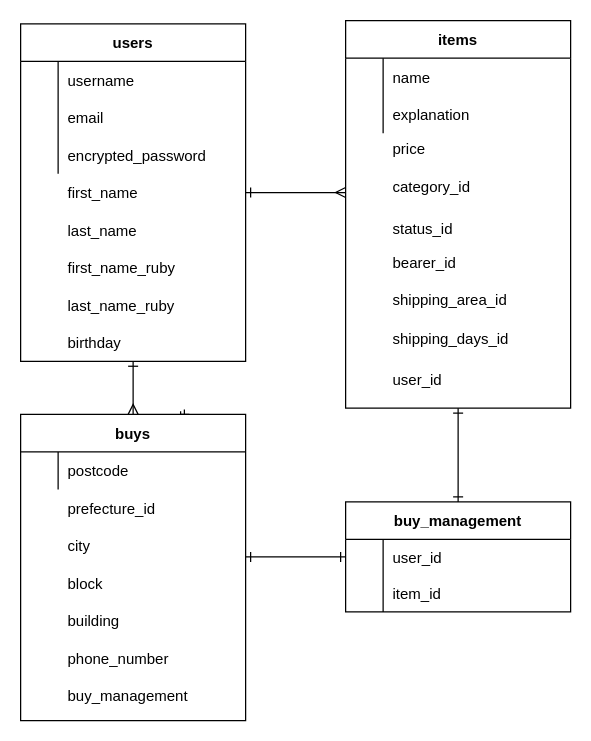
Before: test.dio in junmico/furima-28139, a draw.io diagram. Source tidied: cells renumbered, new cells numbered last; positions are measured from the earlier drawing's top-left corner, leaving out a move shared by most shapes. Both pictures are drawn from the tidied source at 125%, with x=0, y=0 at pixel (20, 20).
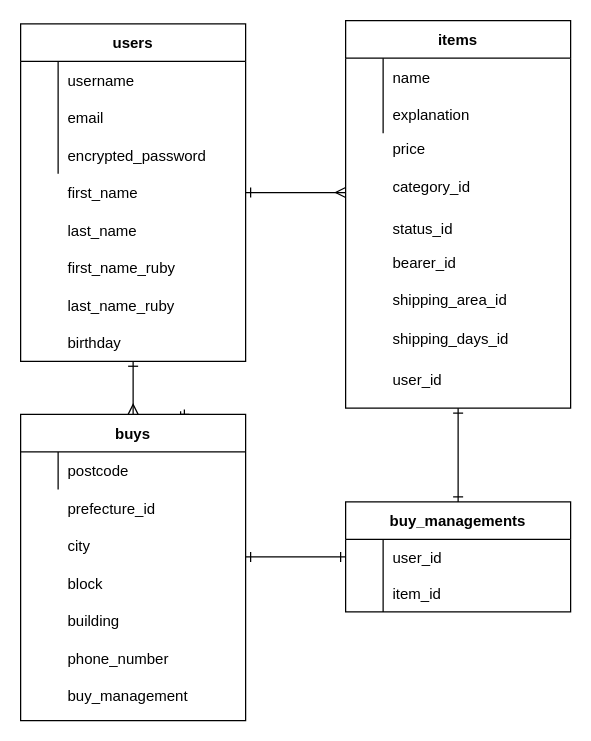
After the change.

Change to the diagram source:
```diff
@@
-    <mxCell id="44" value="buy_management" style="shape=table;startSize=30;childLayout=tableLayout;rowLines=0;fontStyle=1;align=center;" parent="1" vertex="1">
+    <mxCell id="44" value="buy_managements" style="shape=table;startSize=30;childLayout=tableLayout;rowLines=0;fontStyle=1;align=center;" parent="1" vertex="1">
       <mxGeometry x="260" y="385" width="180" height="88" as="geometry" />
     </mxCell>
```
